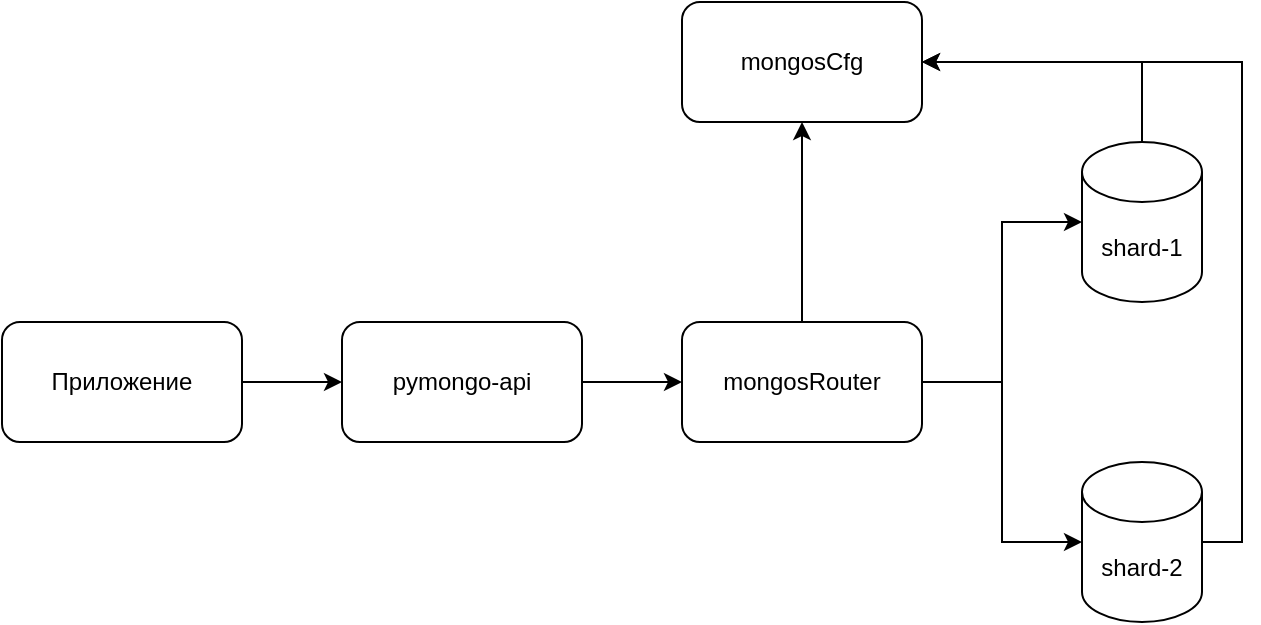
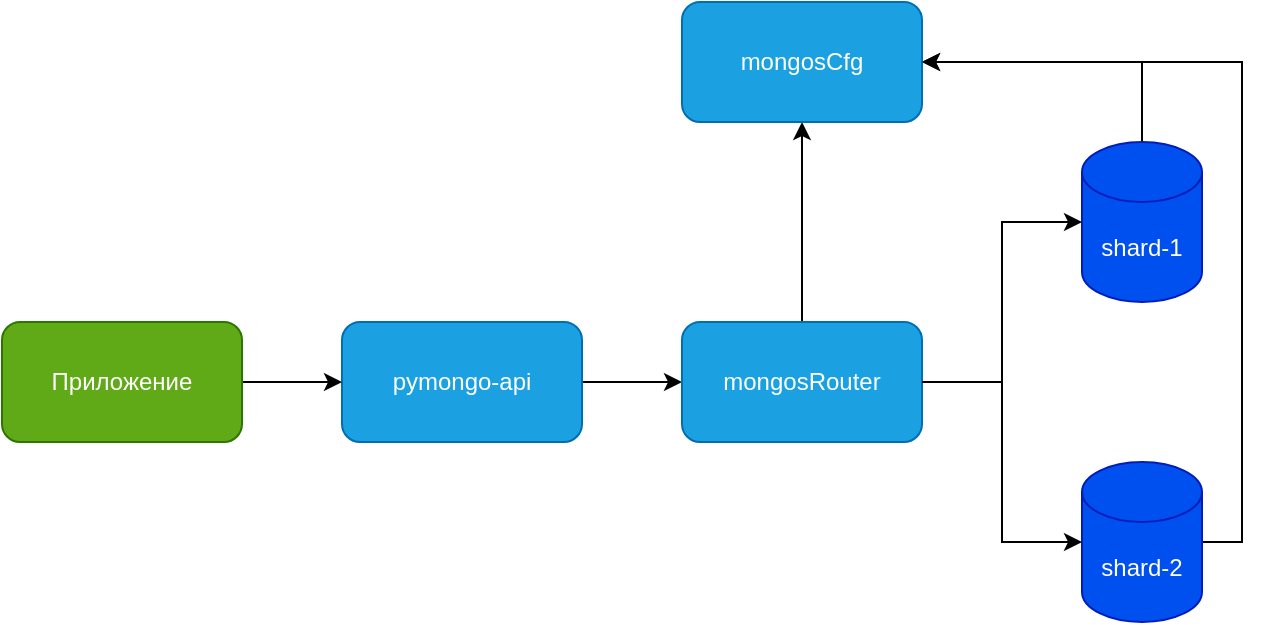
<mxfile host="Electron" agent="Mozilla/5.0 (Macintosh; Intel Mac OS X 10_15_7) AppleWebKit/537.36 (KHTML, like Gecko) draw.io/24.6.4 Chrome/124.0.6367.207 Electron/30.0.6 Safari/537.36">
  <diagram name="Page-1" id="-H_mtQnk-PTXWXPvYvuk">
    <mxGraphModel dx="1414" dy="841" grid="1" gridSize="10" guides="1" tooltips="1" connect="1" arrows="1" fold="1" page="1" pageScale="1" pageWidth="1169" pageHeight="827" math="0" shadow="0">
      <root>
        <mxCell id="0" />
        <mxCell id="1" parent="0" />
        <mxCell id="0dIL38MaGTlpYln_JYA_-11" edge="1" parent="1" source="zA23MoTUsTF4_91t8viU-2" style="edgeStyle=orthogonalEdgeStyle;rounded=0;orthogonalLoop=1;jettySize=auto;html=1;exitX=0.5;exitY=0;exitDx=0;exitDy=0;exitPerimeter=0;entryX=1;entryY=0.5;entryDx=0;entryDy=0;" target="0dIL38MaGTlpYln_JYA_-2">
          <mxGeometry relative="1" as="geometry" />
        </mxCell>
-         <mxCell id="zA23MoTUsTF4_91t8viU-2" parent="1" style="shape=cylinder3;whiteSpace=wrap;html=1;boundedLbl=1;backgroundOutline=1;size=15;" value="shard-1" vertex="1">
+         <mxCell id="zA23MoTUsTF4_91t8viU-2" parent="1" style="shape=cylinder3;whiteSpace=wrap;html=1;boundedLbl=1;backgroundOutline=1;size=15;fillColor=#0050ef;fontColor=#ffffff;strokeColor=#001DBC;" value="shard-1" vertex="1">
          <mxGeometry height="80" width="60" x="700" y="120" as="geometry" />
        </mxCell>
        <mxCell id="0dIL38MaGTlpYln_JYA_-5" edge="1" parent="1" source="zA23MoTUsTF4_91t8viU-3" style="edgeStyle=orthogonalEdgeStyle;rounded=0;orthogonalLoop=1;jettySize=auto;html=1;exitX=1;exitY=0.5;exitDx=0;exitDy=0;entryX=0;entryY=0.5;entryDx=0;entryDy=0;" target="0dIL38MaGTlpYln_JYA_-1">
          <mxGeometry relative="1" as="geometry" />
        </mxCell>
-         <mxCell id="zA23MoTUsTF4_91t8viU-3" parent="1" style="rounded=1;whiteSpace=wrap;html=1;" value="pymongo-api" vertex="1">
+         <mxCell id="zA23MoTUsTF4_91t8viU-3" parent="1" style="rounded=1;whiteSpace=wrap;html=1;fillColor=#1ba1e2;fontColor=#ffffff;strokeColor=#006EAF;" value="pymongo-api" vertex="1">
          <mxGeometry height="60" width="120" x="330" y="210" as="geometry" />
        </mxCell>
        <mxCell id="0dIL38MaGTlpYln_JYA_-6" edge="1" parent="1" source="0dIL38MaGTlpYln_JYA_-1" style="edgeStyle=orthogonalEdgeStyle;rounded=0;orthogonalLoop=1;jettySize=auto;html=1;exitX=0.5;exitY=0;exitDx=0;exitDy=0;entryX=0.5;entryY=1;entryDx=0;entryDy=0;" target="0dIL38MaGTlpYln_JYA_-2">
          <mxGeometry relative="1" as="geometry" />
        </mxCell>
-         <mxCell id="0dIL38MaGTlpYln_JYA_-1" parent="1" style="rounded=1;whiteSpace=wrap;html=1;" value="mongosRouter" vertex="1">
+         <mxCell id="0dIL38MaGTlpYln_JYA_-1" parent="1" style="rounded=1;whiteSpace=wrap;html=1;fillColor=#1ba1e2;fontColor=#ffffff;strokeColor=#006EAF;" value="mongosRouter" vertex="1">
          <mxGeometry height="60" width="120" x="500" y="210" as="geometry" />
        </mxCell>
-         <mxCell id="0dIL38MaGTlpYln_JYA_-2" parent="1" style="rounded=1;whiteSpace=wrap;html=1;" value="mongosCfg" vertex="1">
+         <mxCell id="0dIL38MaGTlpYln_JYA_-2" parent="1" style="rounded=1;whiteSpace=wrap;html=1;fillColor=#1ba1e2;fontColor=#ffffff;strokeColor=#006EAF;" value="mongosCfg" vertex="1">
          <mxGeometry height="60" width="120" x="500" y="50" as="geometry" />
        </mxCell>
        <mxCell id="0dIL38MaGTlpYln_JYA_-12" edge="1" parent="1" source="0dIL38MaGTlpYln_JYA_-3" style="edgeStyle=orthogonalEdgeStyle;rounded=0;orthogonalLoop=1;jettySize=auto;html=1;exitX=1;exitY=0.5;exitDx=0;exitDy=0;exitPerimeter=0;entryX=1;entryY=0.5;entryDx=0;entryDy=0;" target="0dIL38MaGTlpYln_JYA_-2">
          <mxGeometry relative="1" as="geometry" />
        </mxCell>
-         <mxCell id="0dIL38MaGTlpYln_JYA_-3" parent="1" style="shape=cylinder3;whiteSpace=wrap;html=1;boundedLbl=1;backgroundOutline=1;size=15;" value="shard-2" vertex="1">
+         <mxCell id="0dIL38MaGTlpYln_JYA_-3" parent="1" style="shape=cylinder3;whiteSpace=wrap;html=1;boundedLbl=1;backgroundOutline=1;size=15;fillColor=#0050ef;fontColor=#ffffff;strokeColor=#001DBC;" value="shard-2" vertex="1">
          <mxGeometry height="80" width="60" x="700" y="280" as="geometry" />
        </mxCell>
        <mxCell id="0dIL38MaGTlpYln_JYA_-8" edge="1" parent="1" source="0dIL38MaGTlpYln_JYA_-1" style="edgeStyle=orthogonalEdgeStyle;rounded=0;orthogonalLoop=1;jettySize=auto;html=1;exitX=1;exitY=0.5;exitDx=0;exitDy=0;entryX=0;entryY=0.5;entryDx=0;entryDy=0;entryPerimeter=0;" target="zA23MoTUsTF4_91t8viU-2">
          <mxGeometry relative="1" as="geometry" />
        </mxCell>
        <mxCell id="0dIL38MaGTlpYln_JYA_-9" edge="1" parent="1" source="0dIL38MaGTlpYln_JYA_-1" style="edgeStyle=orthogonalEdgeStyle;rounded=0;orthogonalLoop=1;jettySize=auto;html=1;exitX=1;exitY=0.5;exitDx=0;exitDy=0;entryX=0;entryY=0.5;entryDx=0;entryDy=0;entryPerimeter=0;" target="0dIL38MaGTlpYln_JYA_-3">
          <mxGeometry relative="1" as="geometry" />
        </mxCell>
        <mxCell id="9K1qztBXgXHA9O8ycytI-2" edge="1" parent="1" source="9K1qztBXgXHA9O8ycytI-1" style="edgeStyle=orthogonalEdgeStyle;rounded=0;orthogonalLoop=1;jettySize=auto;html=1;exitX=1;exitY=0.5;exitDx=0;exitDy=0;entryX=0;entryY=0.5;entryDx=0;entryDy=0;" target="zA23MoTUsTF4_91t8viU-3">
          <mxGeometry relative="1" as="geometry" />
        </mxCell>
-         <mxCell id="9K1qztBXgXHA9O8ycytI-1" parent="1" style="rounded=1;whiteSpace=wrap;html=1;" value="Приложение" vertex="1">
+         <mxCell id="9K1qztBXgXHA9O8ycytI-1" parent="1" style="rounded=1;whiteSpace=wrap;html=1;fillColor=#60a917;fontColor=#ffffff;strokeColor=#2D7600;" value="Приложение" vertex="1">
          <mxGeometry height="60" width="120" x="160" y="210" as="geometry" />
        </mxCell>
      </root>
    </mxGraphModel>
  </diagram>
</mxfile>
